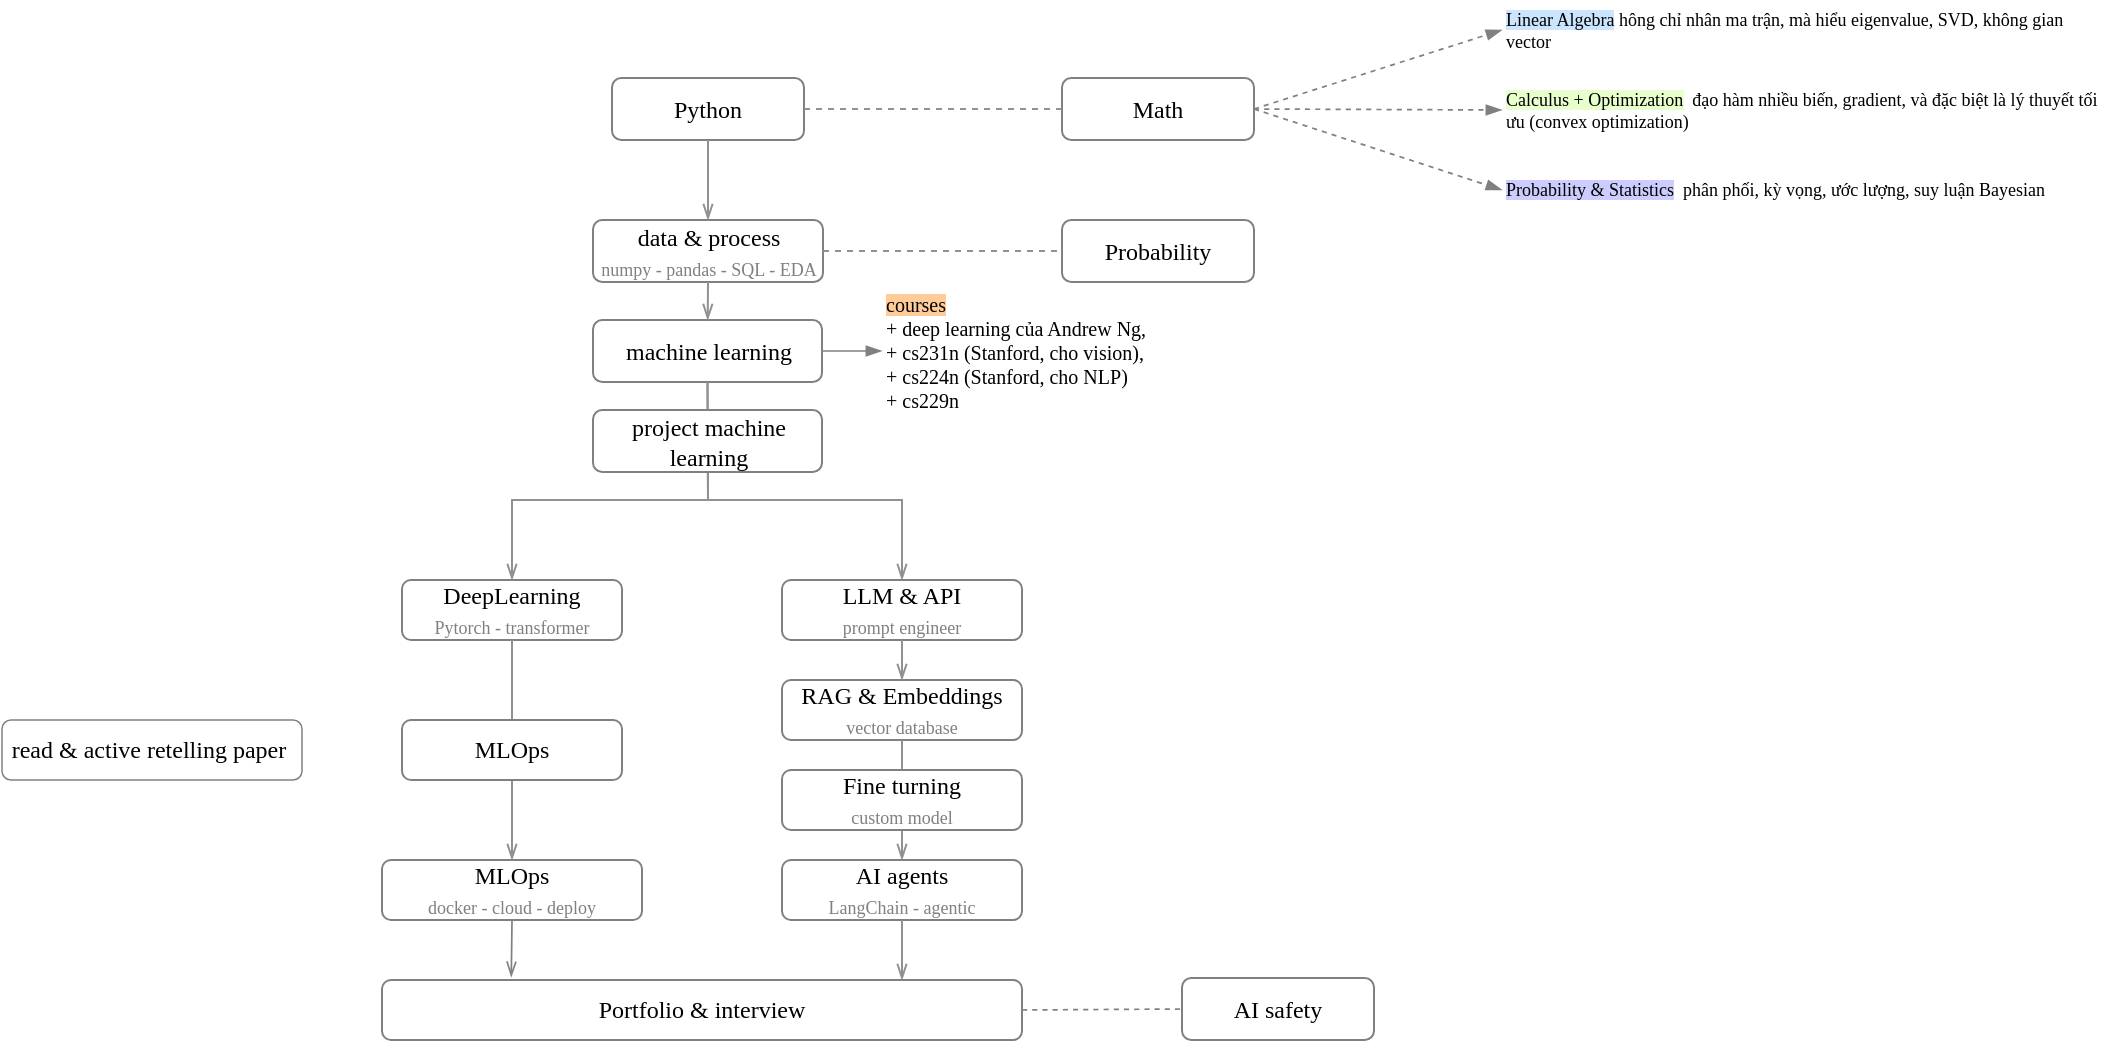
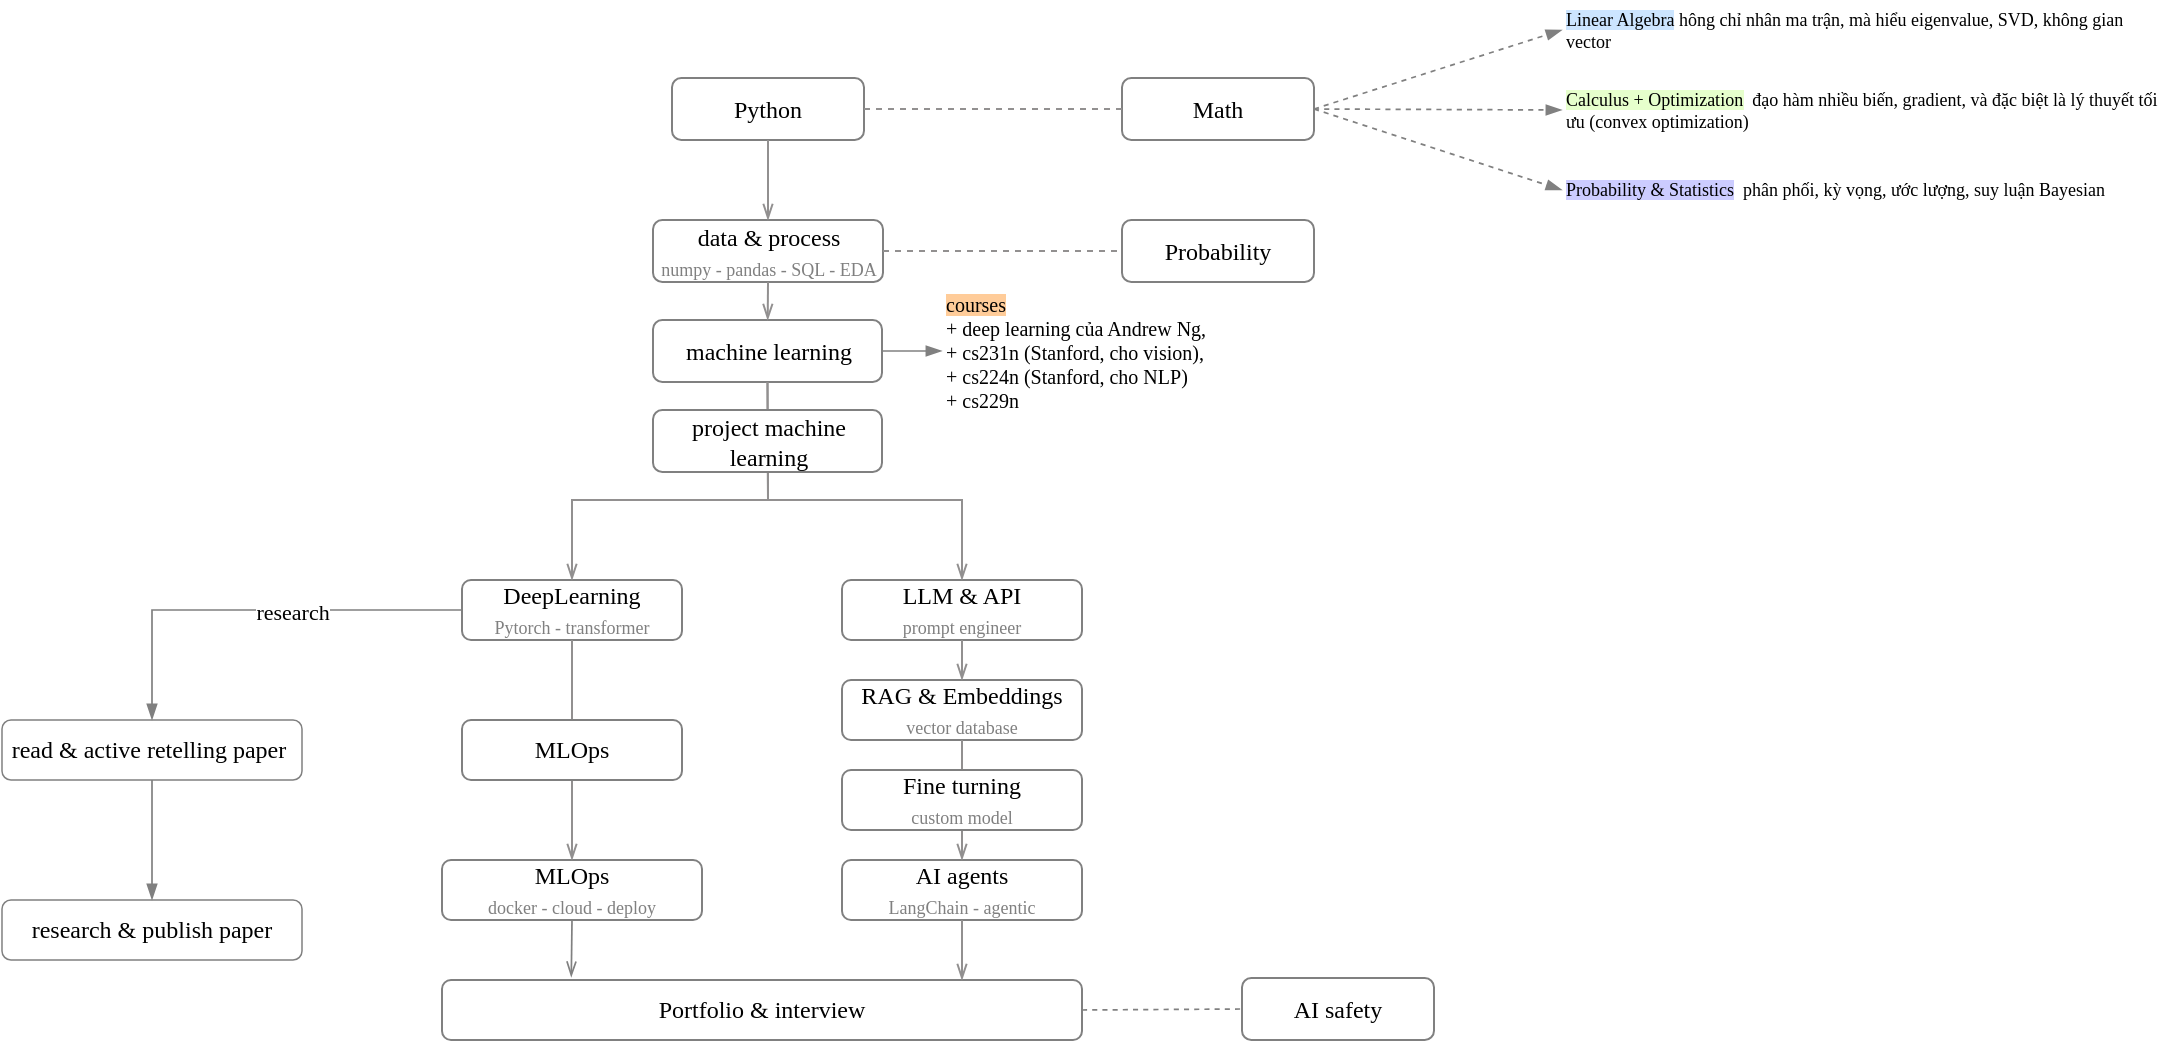
<mxfile host="app.diagrams.net" agent="Mozilla/5.0 (Macintosh; Intel Mac OS X 10_15_7) AppleWebKit/537.36 (KHTML, like Gecko) draw.io/29.3.0 Chrome/140.0.7339.249 Electron/38.7.2 Safari/537.36" pages="4">
  <diagram name="overview" id="cAlCBEzrJN6Ur7Pin5lN">
-     <mxGraphModel dx="1149" dy="512" grid="1" gridSize="10" guides="1" tooltips="1" connect="1" arrows="1" fold="1" page="1" pageScale="1" pageWidth="827" pageHeight="1169" math="0" shadow="0">
+     <mxGraphModel dx="1976" dy="512" grid="1" gridSize="10" guides="1" tooltips="1" connect="1" arrows="1" fold="1" page="1" pageScale="1" pageWidth="827" pageHeight="1169" math="0" shadow="0">
      <root>
        <mxCell id="0" />
        <mxCell id="1" parent="0" />
        <mxCell id="zTdwEjZ7j_-9_ITJUfBh-1" parent="1" style="rounded=1;whiteSpace=wrap;html=1;fontFamily=Comic Sans MS;strokeColor=#808080;" value="Python" vertex="1">
          <mxGeometry height="31" width="96" x="315" y="489" as="geometry" />
        </mxCell>
        <mxCell id="zTdwEjZ7j_-9_ITJUfBh-2" parent="1" style="rounded=1;whiteSpace=wrap;html=1;fontFamily=Comic Sans MS;strokeColor=#808080;" value="Math" vertex="1">
          <mxGeometry height="31" width="96" x="540" y="489" as="geometry" />
        </mxCell>
        <mxCell id="zTdwEjZ7j_-9_ITJUfBh-4" parent="1" style="rounded=1;whiteSpace=wrap;html=1;fontFamily=Comic Sans MS;strokeColor=#808080;" value="data &amp;amp; process&lt;div&gt;&lt;font style=&quot;font-size: 9px; color: rgb(128, 128, 128);&quot;&gt;numpy - pandas - SQL - EDA&lt;/font&gt;&lt;/div&gt;" vertex="1">
          <mxGeometry height="31" width="115" x="305.5" y="560" as="geometry" />
        </mxCell>
        <mxCell id="zTdwEjZ7j_-9_ITJUfBh-5" parent="1" style="rounded=1;whiteSpace=wrap;html=1;fontFamily=Comic Sans MS;strokeColor=#808080;" value="Probability" vertex="1">
          <mxGeometry height="31" width="96" x="540" y="560" as="geometry" />
        </mxCell>
        <mxCell id="zTdwEjZ7j_-9_ITJUfBh-6" edge="1" parent="1" source="zTdwEjZ7j_-9_ITJUfBh-4" style="endArrow=none;html=1;rounded=0;endFill=0;strokeColor=light-dark(#929090, #ededed);entryX=0;entryY=0.5;entryDx=0;entryDy=0;exitX=1;exitY=0.5;exitDx=0;exitDy=0;dashed=1;" target="zTdwEjZ7j_-9_ITJUfBh-5" value="">
          <mxGeometry height="50" relative="1" width="50" as="geometry">
            <mxPoint x="350" y="560" as="sourcePoint" />
            <mxPoint x="400" y="510" as="targetPoint" />
          </mxGeometry>
        </mxCell>
        <mxCell id="zTdwEjZ7j_-9_ITJUfBh-7" edge="1" parent="1" source="zTdwEjZ7j_-9_ITJUfBh-1" style="endArrow=none;html=1;rounded=0;endFill=0;strokeColor=light-dark(#929090, #ededed);exitX=1;exitY=0.5;exitDx=0;exitDy=0;entryX=0;entryY=0.5;entryDx=0;entryDy=0;dashed=1;" target="zTdwEjZ7j_-9_ITJUfBh-2" value="">
          <mxGeometry height="50" relative="1" width="50" as="geometry">
            <mxPoint x="350" y="575" as="sourcePoint" />
            <mxPoint x="500" y="525" as="targetPoint" />
          </mxGeometry>
        </mxCell>
        <mxCell id="zTdwEjZ7j_-9_ITJUfBh-8" parent="1" style="rounded=1;whiteSpace=wrap;html=1;fontFamily=Comic Sans MS;strokeColor=#808080;" value="machine learning" vertex="1">
          <mxGeometry height="31" width="114.5" x="305.5" y="610" as="geometry" />
        </mxCell>
        <mxCell id="zTdwEjZ7j_-9_ITJUfBh-9" edge="1" parent="1" source="zTdwEjZ7j_-9_ITJUfBh-1" style="endArrow=openThin;html=1;rounded=0;endFill=0;strokeColor=light-dark(#929090, #ededed);exitX=0.5;exitY=1;exitDx=0;exitDy=0;" target="zTdwEjZ7j_-9_ITJUfBh-4" value="">
          <mxGeometry height="50" relative="1" width="50" as="geometry">
            <mxPoint x="350" y="560" as="sourcePoint" />
            <mxPoint x="400" y="510" as="targetPoint" />
          </mxGeometry>
        </mxCell>
        <mxCell id="zTdwEjZ7j_-9_ITJUfBh-10" edge="1" parent="1" source="zTdwEjZ7j_-9_ITJUfBh-4" style="endArrow=openThin;html=1;rounded=0;endFill=0;strokeColor=light-dark(#929090, #ededed);exitX=0.5;exitY=1;exitDx=0;exitDy=0;" target="zTdwEjZ7j_-9_ITJUfBh-8" value="">
          <mxGeometry height="50" relative="1" width="50" as="geometry">
            <mxPoint x="350" y="560" as="sourcePoint" />
            <mxPoint x="400" y="510" as="targetPoint" />
          </mxGeometry>
        </mxCell>
        <mxCell id="zTdwEjZ7j_-9_ITJUfBh-11" parent="1" style="rounded=1;whiteSpace=wrap;html=1;fontFamily=Comic Sans MS;strokeColor=#808080;" value="DeepLearning&lt;br&gt;&lt;font style=&quot;font-size: 9px; color: rgb(128, 128, 128);&quot;&gt;Pytorch - transformer&lt;/font&gt;" vertex="1">
          <mxGeometry height="30" width="110" x="210" y="740" as="geometry" />
        </mxCell>
        <mxCell id="zTdwEjZ7j_-9_ITJUfBh-12" parent="1" style="rounded=1;whiteSpace=wrap;html=1;fontFamily=Comic Sans MS;strokeColor=#808080;" value="LLM &amp;amp; API&lt;br&gt;&lt;font style=&quot;font-size: 9px; color: rgb(128, 128, 128);&quot;&gt;prompt engineer&lt;/font&gt;" vertex="1">
          <mxGeometry height="30" width="120" x="400" y="740" as="geometry" />
        </mxCell>
        <mxCell id="zTdwEjZ7j_-9_ITJUfBh-13" parent="1" style="rounded=1;whiteSpace=wrap;html=1;fontFamily=Comic Sans MS;strokeColor=#808080;" value="RAG &amp;amp; Embeddings&lt;div&gt;&lt;font style=&quot;font-size: 9px; color: rgb(128, 128, 128);&quot;&gt;vector database&lt;/font&gt;&lt;/div&gt;" vertex="1">
          <mxGeometry height="30" width="120" x="400" y="790" as="geometry" />
        </mxCell>
        <mxCell id="zTdwEjZ7j_-9_ITJUfBh-14" parent="1" style="rounded=1;whiteSpace=wrap;html=1;fontFamily=Comic Sans MS;strokeColor=#808080;" value="MLOps&lt;div&gt;&lt;font style=&quot;font-size: 9px; color: rgb(128, 128, 128);&quot;&gt;docker - cloud - deploy&lt;/font&gt;&lt;/div&gt;" vertex="1">
          <mxGeometry height="30" width="130" x="200" y="880" as="geometry" />
        </mxCell>
        <mxCell id="zTdwEjZ7j_-9_ITJUfBh-15" parent="1" style="rounded=1;whiteSpace=wrap;html=1;fontFamily=Comic Sans MS;strokeColor=#808080;" value="Portfolio &amp;amp; interview" vertex="1">
          <mxGeometry height="30" width="320" x="200" y="940" as="geometry" />
        </mxCell>
        <mxCell id="zTdwEjZ7j_-9_ITJUfBh-16" parent="1" style="rounded=1;whiteSpace=wrap;html=1;fontFamily=Comic Sans MS;strokeColor=#808080;" value="AI agents&lt;br&gt;&lt;font style=&quot;font-size: 9px; color: rgb(128, 128, 128);&quot;&gt;LangChain - agentic&lt;/font&gt;" vertex="1">
          <mxGeometry height="30" width="120" x="400" y="880" as="geometry" />
        </mxCell>
        <mxCell id="zTdwEjZ7j_-9_ITJUfBh-17" edge="1" parent="1" source="zTdwEjZ7j_-9_ITJUfBh-8" style="endArrow=openThin;html=1;rounded=0;endFill=0;strokeColor=light-dark(#929090, #ededed);entryX=0.5;entryY=0;entryDx=0;entryDy=0;exitX=0.5;exitY=1;exitDx=0;exitDy=0;" target="zTdwEjZ7j_-9_ITJUfBh-12" value="">
          <mxGeometry height="50" relative="1" width="50" as="geometry">
            <Array as="points">
              <mxPoint x="363" y="700" />
              <mxPoint x="460" y="700" />
            </Array>
            <mxPoint x="300" y="780" as="sourcePoint" />
            <mxPoint x="350" y="730" as="targetPoint" />
          </mxGeometry>
        </mxCell>
        <mxCell id="zTdwEjZ7j_-9_ITJUfBh-18" edge="1" parent="1" source="zTdwEjZ7j_-9_ITJUfBh-8" style="endArrow=openThin;html=1;rounded=0;endFill=0;strokeColor=light-dark(#929090, #ededed);exitX=0.5;exitY=1;exitDx=0;exitDy=0;entryX=0.5;entryY=0;entryDx=0;entryDy=0;" target="zTdwEjZ7j_-9_ITJUfBh-11" value="">
          <mxGeometry height="50" relative="1" width="50" as="geometry">
            <Array as="points">
              <mxPoint x="363" y="700" />
              <mxPoint x="265" y="700" />
            </Array>
            <mxPoint x="300" y="780" as="sourcePoint" />
            <mxPoint x="350" y="730" as="targetPoint" />
          </mxGeometry>
        </mxCell>
        <mxCell id="zTdwEjZ7j_-9_ITJUfBh-19" edge="1" parent="1" source="zTdwEjZ7j_-9_ITJUfBh-11" style="endArrow=openThin;html=1;rounded=0;endFill=0;strokeColor=light-dark(#929090, #ededed);exitX=0.5;exitY=1;exitDx=0;exitDy=0;" target="zTdwEjZ7j_-9_ITJUfBh-14" value="">
          <mxGeometry height="50" relative="1" width="50" as="geometry">
            <mxPoint x="290" y="800" as="sourcePoint" />
            <mxPoint x="340" y="750" as="targetPoint" />
          </mxGeometry>
        </mxCell>
        <mxCell id="zTdwEjZ7j_-9_ITJUfBh-21" edge="1" parent="1" source="zTdwEjZ7j_-9_ITJUfBh-12" style="endArrow=openThin;html=1;rounded=0;endFill=0;strokeColor=light-dark(#929090, #ededed);exitX=0.5;exitY=1;exitDx=0;exitDy=0;entryX=0.5;entryY=0;entryDx=0;entryDy=0;" target="zTdwEjZ7j_-9_ITJUfBh-13" value="">
          <mxGeometry height="50" relative="1" width="50" as="geometry">
            <mxPoint x="290" y="800" as="sourcePoint" />
            <mxPoint x="340" y="750" as="targetPoint" />
          </mxGeometry>
        </mxCell>
        <mxCell id="zTdwEjZ7j_-9_ITJUfBh-22" edge="1" parent="1" source="zTdwEjZ7j_-9_ITJUfBh-13" style="endArrow=openThin;html=1;rounded=0;endFill=0;strokeColor=light-dark(#929090, #ededed);exitX=0.5;exitY=1;exitDx=0;exitDy=0;entryX=0.5;entryY=0;entryDx=0;entryDy=0;" target="zTdwEjZ7j_-9_ITJUfBh-16" value="">
          <mxGeometry height="50" relative="1" width="50" as="geometry">
            <mxPoint x="290" y="800" as="sourcePoint" />
            <mxPoint x="340" y="750" as="targetPoint" />
          </mxGeometry>
        </mxCell>
        <mxCell id="zTdwEjZ7j_-9_ITJUfBh-23" edge="1" parent="1" source="zTdwEjZ7j_-9_ITJUfBh-16" style="endArrow=openThin;html=1;rounded=0;endFill=0;strokeColor=light-dark(#929090, #ededed);exitX=0.5;exitY=1;exitDx=0;exitDy=0;" value="">
          <mxGeometry height="50" relative="1" width="50" as="geometry">
            <mxPoint x="290" y="800" as="sourcePoint" />
            <mxPoint x="460" y="940" as="targetPoint" />
          </mxGeometry>
        </mxCell>
        <mxCell id="RL8-EkVr3OvldoPUYXMJ-1" parent="1" style="rounded=1;whiteSpace=wrap;html=1;fontFamily=Comic Sans MS;strokeColor=#808080;" value="project machine learning" vertex="1">
          <mxGeometry height="31" width="114.5" x="305.5" y="655" as="geometry" />
        </mxCell>
        <mxCell id="RL8-EkVr3OvldoPUYXMJ-3" parent="1" style="rounded=1;whiteSpace=wrap;html=1;fontFamily=Comic Sans MS;strokeColor=#808080;" value="MLOps" vertex="1">
          <mxGeometry height="30" width="110" x="210" y="810" as="geometry" />
        </mxCell>
        <mxCell id="RL8-EkVr3OvldoPUYXMJ-4" edge="1" parent="1" source="zTdwEjZ7j_-9_ITJUfBh-14" style="endArrow=openThin;html=1;rounded=0;strokeColor=#808080;endFill=0;strokeWidth=0.85;exitX=0.5;exitY=1;exitDx=0;exitDy=0;entryX=0.202;entryY=-0.05;entryDx=0;entryDy=0;entryPerimeter=0;" target="zTdwEjZ7j_-9_ITJUfBh-15" value="">
          <mxGeometry height="50" relative="1" width="50" as="geometry">
            <mxPoint x="390" y="820" as="sourcePoint" />
            <mxPoint x="440" y="770" as="targetPoint" />
          </mxGeometry>
        </mxCell>
        <mxCell id="RL8-EkVr3OvldoPUYXMJ-5" parent="1" style="rounded=1;whiteSpace=wrap;html=1;fontFamily=Comic Sans MS;strokeColor=#808080;" value="Fine turning&lt;div&gt;&lt;font style=&quot;font-size: 9px; color: rgb(128, 128, 128);&quot;&gt;custom model&lt;/font&gt;&lt;/div&gt;" vertex="1">
          <mxGeometry height="30" width="120" x="400" y="835" as="geometry" />
        </mxCell>
        <mxCell id="RL8-EkVr3OvldoPUYXMJ-6" parent="1" style="rounded=1;whiteSpace=wrap;html=1;fontFamily=Comic Sans MS;strokeColor=#808080;" value="AI safety" vertex="1">
          <mxGeometry height="31" width="96" x="600" y="939" as="geometry" />
        </mxCell>
        <mxCell id="RL8-EkVr3OvldoPUYXMJ-7" edge="1" parent="1" source="zTdwEjZ7j_-9_ITJUfBh-15" style="endArrow=none;html=1;rounded=0;strokeColor=#808080;endFill=0;strokeWidth=0.85;exitX=1;exitY=0.5;exitDx=0;exitDy=0;entryX=0;entryY=0.5;entryDx=0;entryDy=0;dashed=1;" target="RL8-EkVr3OvldoPUYXMJ-6" value="">
          <mxGeometry height="50" relative="1" width="50" as="geometry">
            <mxPoint x="390" y="880" as="sourcePoint" />
            <mxPoint x="440" y="830" as="targetPoint" />
          </mxGeometry>
        </mxCell>
        <mxCell id="RL8-EkVr3OvldoPUYXMJ-9" parent="1" style="text;html=1;whiteSpace=wrap;strokeColor=none;fillColor=none;align=left;verticalAlign=middle;rounded=0;fontFamily=Comic Sans MS;fontSize=9;" value="&lt;span style=&quot;background-color: rgb(204, 229, 255);&quot;&gt;Linear Algebra&lt;/span&gt;&lt;span&gt;&amp;nbsp;hông chỉ nhân ma trận, mà hiểu eigenvalue, SVD, không gian vector&lt;/span&gt;" vertex="1">
          <mxGeometry height="30" width="300" x="760" y="450" as="geometry" />
        </mxCell>
        <mxCell id="RL8-EkVr3OvldoPUYXMJ-10" parent="1" style="text;html=1;whiteSpace=wrap;strokeColor=none;fillColor=none;align=left;verticalAlign=middle;rounded=0;fontFamily=Comic Sans MS;fontSize=9;strokeWidth=2;" value="&lt;span style=&quot;background-color: rgb(230, 255, 204);&quot;&gt;Calculus +&amp;nbsp;Optimization&lt;/span&gt;&lt;span&gt;&amp;nbsp;&amp;nbsp;đạo hàm nhiều biến, gradient, và đặc biệt là lý thuyết tối ưu (convex optimization)&lt;/span&gt;" vertex="1">
          <mxGeometry height="30" width="300" x="760" y="490" as="geometry" />
        </mxCell>
        <mxCell id="RL8-EkVr3OvldoPUYXMJ-11" parent="1" style="text;html=1;whiteSpace=wrap;strokeColor=none;fillColor=none;align=left;verticalAlign=middle;rounded=0;fontFamily=Comic Sans MS;fontSize=9;" value="&lt;span style=&quot;background-color: rgb(204, 204, 255);&quot;&gt;Probability &amp;amp;&amp;nbsp;Statistics&lt;/span&gt;&lt;span&gt;&amp;nbsp;&amp;nbsp;phân phối, kỳ vọng, ước lượng, suy luận Bayesian&lt;/span&gt;" vertex="1">
          <mxGeometry height="30" width="300" x="760" y="530" as="geometry" />
        </mxCell>
        <mxCell id="RL8-EkVr3OvldoPUYXMJ-12" edge="1" parent="1" source="zTdwEjZ7j_-9_ITJUfBh-2" style="endArrow=blockThin;html=1;rounded=0;strokeColor=#808080;endFill=1;strokeWidth=0.85;entryX=0;entryY=0.5;entryDx=0;entryDy=0;exitX=1;exitY=0.5;exitDx=0;exitDy=0;dashed=1;" target="RL8-EkVr3OvldoPUYXMJ-9" value="">
          <mxGeometry height="50" relative="1" width="50" as="geometry">
            <mxPoint x="560" y="500" as="sourcePoint" />
            <mxPoint x="610" y="450" as="targetPoint" />
          </mxGeometry>
        </mxCell>
        <mxCell id="RL8-EkVr3OvldoPUYXMJ-13" edge="1" parent="1" source="zTdwEjZ7j_-9_ITJUfBh-2" style="endArrow=blockThin;html=1;rounded=0;strokeColor=#808080;endFill=1;strokeWidth=0.85;entryX=0;entryY=0.5;entryDx=0;entryDy=0;exitX=1;exitY=0.5;exitDx=0;exitDy=0;dashed=1;" target="RL8-EkVr3OvldoPUYXMJ-10" value="">
          <mxGeometry height="50" relative="1" width="50" as="geometry">
            <mxPoint x="560" y="500" as="sourcePoint" />
            <mxPoint x="610" y="450" as="targetPoint" />
          </mxGeometry>
        </mxCell>
        <mxCell id="RL8-EkVr3OvldoPUYXMJ-14" edge="1" parent="1" source="zTdwEjZ7j_-9_ITJUfBh-2" style="endArrow=blockThin;html=1;rounded=0;strokeColor=#808080;endFill=1;strokeWidth=0.85;exitX=1;exitY=0.5;exitDx=0;exitDy=0;entryX=0;entryY=0.5;entryDx=0;entryDy=0;dashed=1;" target="RL8-EkVr3OvldoPUYXMJ-11" value="">
          <mxGeometry height="50" relative="1" width="50" as="geometry">
            <mxPoint x="560" y="500" as="sourcePoint" />
            <mxPoint x="610" y="450" as="targetPoint" />
          </mxGeometry>
        </mxCell>
        <mxCell id="RL8-EkVr3OvldoPUYXMJ-15" parent="1" style="text;html=1;whiteSpace=wrap;strokeColor=none;fillColor=none;align=left;verticalAlign=middle;rounded=0;fontFamily=Comic Sans MS;fontSize=10;" value="&lt;div&gt;&lt;span style=&quot;background-color: rgb(255, 204, 153);&quot;&gt;courses&lt;/span&gt;&lt;/div&gt;+ deep learning của Andrew Ng,&amp;nbsp;&lt;div&gt;+ cs231n (Stanford, cho vision),&amp;nbsp;&lt;/div&gt;&lt;div&gt;+ cs224n (Stanford, cho NLP)&lt;br&gt;+ cs229n&lt;/div&gt;" vertex="1">
          <mxGeometry height="60" width="170" x="450" y="595.5" as="geometry" />
        </mxCell>
        <mxCell id="RL8-EkVr3OvldoPUYXMJ-16" parent="1" style="rounded=1;whiteSpace=wrap;html=1;strokeColor=#808080;fontFamily=Comic Sans MS;strokeWidth=0.75;" value="read &amp;amp;&amp;nbsp;active retelling paper&amp;nbsp;" vertex="1">
-           <mxGeometry height="30" width="150" x="10" y="810" as="geometry" />
+           <mxGeometry height="30" width="150" x="-20" y="810" as="geometry" />
        </mxCell>
        <mxCell id="RL8-EkVr3OvldoPUYXMJ-17" edge="1" parent="1" source="zTdwEjZ7j_-9_ITJUfBh-8" style="endArrow=blockThin;html=1;rounded=0;strokeColor=#808080;endFill=1;strokeWidth=0.85;exitX=1;exitY=0.5;exitDx=0;exitDy=0;entryX=0;entryY=0.5;entryDx=0;entryDy=0;" target="RL8-EkVr3OvldoPUYXMJ-15" value="">
          <mxGeometry height="50" relative="1" width="50" as="geometry">
            <mxPoint x="280" y="480" as="sourcePoint" />
            <mxPoint x="330" y="430" as="targetPoint" />
          </mxGeometry>
        </mxCell>
+         <mxCell id="RL8-EkVr3OvldoPUYXMJ-18" edge="1" parent="1" source="zTdwEjZ7j_-9_ITJUfBh-11" style="endArrow=blockThin;html=1;rounded=0;strokeColor=#808080;endFill=1;strokeWidth=0.85;exitX=0;exitY=0.5;exitDx=0;exitDy=0;entryX=0.5;entryY=0;entryDx=0;entryDy=0;" target="RL8-EkVr3OvldoPUYXMJ-16" value="">
+           <mxGeometry height="50" relative="1" width="50" as="geometry">
+             <Array as="points">
+               <mxPoint x="55" y="755" />
+             </Array>
+             <mxPoint x="280" y="850" as="sourcePoint" />
+             <mxPoint x="330" y="800" as="targetPoint" />
+           </mxGeometry>
+         </mxCell>
+         <mxCell id="RL8-EkVr3OvldoPUYXMJ-19" connectable="0" parent="RL8-EkVr3OvldoPUYXMJ-18" style="edgeLabel;html=1;align=center;verticalAlign=middle;resizable=0;points=[];fontFamily=Comic Sans MS;" value="research" vertex="1">
+           <mxGeometry relative="1" x="-0.1925" y="1" as="geometry">
+             <mxPoint as="offset" />
+           </mxGeometry>
+         </mxCell>
+         <mxCell id="RL8-EkVr3OvldoPUYXMJ-20" parent="1" style="rounded=1;whiteSpace=wrap;html=1;strokeColor=#808080;fontFamily=Comic Sans MS;strokeWidth=0.75;" value="research &amp;amp; publish paper" vertex="1">
+           <mxGeometry height="30" width="150" x="-20" y="900" as="geometry" />
+         </mxCell>
+         <mxCell id="RL8-EkVr3OvldoPUYXMJ-21" edge="1" parent="1" source="RL8-EkVr3OvldoPUYXMJ-16" style="endArrow=blockThin;html=1;rounded=0;strokeColor=#808080;endFill=1;strokeWidth=0.85;exitX=0.5;exitY=1;exitDx=0;exitDy=0;entryX=0.5;entryY=0;entryDx=0;entryDy=0;" target="RL8-EkVr3OvldoPUYXMJ-20" value="">
+           <mxGeometry height="50" relative="1" width="50" as="geometry">
+             <mxPoint x="300" y="910" as="sourcePoint" />
+             <mxPoint x="350" y="860" as="targetPoint" />
+           </mxGeometry>
+         </mxCell>
      </root>
    </mxGraphModel>
  </diagram>
  <diagram id="UOBW3iFDmhUj1Tzh1QrL" name="python">
    <mxGraphModel dx="1725" dy="984" grid="1" gridSize="10" guides="1" tooltips="1" connect="1" arrows="1" fold="1" page="1" pageScale="1" pageWidth="827" pageHeight="1169" math="0" shadow="0">
      <root>
        <mxCell id="0" />
        <mxCell id="1" parent="0" />
      </root>
    </mxGraphModel>
  </diagram>
  <diagram id="m8GAUy3Aqo1FDhopTY1m" name="math">
    <mxGraphModel dx="1725" dy="984" grid="1" gridSize="10" guides="1" tooltips="1" connect="1" arrows="1" fold="1" page="1" pageScale="1" pageWidth="827" pageHeight="1169" math="0" shadow="0">
      <root>
        <mxCell id="0" />
        <mxCell id="1" parent="0" />
      </root>
    </mxGraphModel>
  </diagram>
  <diagram id="iIlrw0R1UCY4nR05RIuw" name="agent">
    <mxGraphModel dx="2265" dy="820" grid="1" gridSize="10" guides="1" tooltips="1" connect="1" arrows="1" fold="1" page="1" pageScale="1" pageWidth="827" pageHeight="1169" math="0" shadow="0">
      <root>
        <mxCell id="0" />
        <mxCell id="1" parent="0" />
        <mxCell id="3Uv-7dnaONPzhC1kDc2I-1" parent="1" style="text;html=1;whiteSpace=wrap;strokeColor=none;fillColor=none;align=center;verticalAlign=middle;rounded=0;" value="&lt;font face=&quot;Comic Sans MS&quot;&gt;working flow&amp;nbsp;&lt;/font&gt;" vertex="1">
          <mxGeometry height="30" width="110" x="600" y="480" as="geometry" />
        </mxCell>
        <mxCell id="3Uv-7dnaONPzhC1kDc2I-3" parent="1" style="text;html=1;whiteSpace=wrap;strokeColor=none;fillColor=none;align=center;verticalAlign=middle;rounded=0;" value="&lt;font face=&quot;Comic Sans MS&quot;&gt;prompt chaining&amp;nbsp;&lt;/font&gt;" vertex="1">
          <mxGeometry height="30" width="110" x="820" y="230" as="geometry" />
        </mxCell>
        <mxCell id="3Uv-7dnaONPzhC1kDc2I-4" edge="1" parent="1" source="3Uv-7dnaONPzhC1kDc2I-1" style="endArrow=openThin;html=1;rounded=0;endFill=0;strokeColor=light-dark(#929090, #ededed);exitX=1;exitY=0.5;exitDx=0;exitDy=0;entryX=0;entryY=0.5;entryDx=0;entryDy=0;" target="3Uv-7dnaONPzhC1kDc2I-3" value="">
          <mxGeometry height="50" relative="1" width="50" as="geometry">
            <mxPoint x="790" y="370" as="sourcePoint" />
            <mxPoint x="840" y="320" as="targetPoint" />
          </mxGeometry>
        </mxCell>
        <mxCell id="3Uv-7dnaONPzhC1kDc2I-5" parent="1" style="text;html=1;whiteSpace=wrap;strokeColor=none;fillColor=none;align=center;verticalAlign=middle;rounded=0;" value="&lt;font face=&quot;Comic Sans MS&quot;&gt;routing&lt;/font&gt;" vertex="1">
          <mxGeometry height="30" width="80" x="820" y="350" as="geometry" />
        </mxCell>
        <mxCell id="3Uv-7dnaONPzhC1kDc2I-6" parent="1" style="text;html=1;whiteSpace=wrap;strokeColor=none;fillColor=none;align=center;verticalAlign=middle;rounded=0;" value="&lt;font face=&quot;Comic Sans MS&quot;&gt;Evaluator - Optimizer / Reflection&lt;/font&gt;" vertex="1">
          <mxGeometry height="30" width="220" x="820" y="480" as="geometry" />
        </mxCell>
        <mxCell id="3Uv-7dnaONPzhC1kDc2I-7" edge="1" parent="1" source="3Uv-7dnaONPzhC1kDc2I-1" style="endArrow=openThin;html=1;rounded=0;endFill=0;strokeColor=light-dark(#929090, #ededed);exitX=1;exitY=0.5;exitDx=0;exitDy=0;entryX=0;entryY=0.5;entryDx=0;entryDy=0;" target="3Uv-7dnaONPzhC1kDc2I-5" value="">
          <mxGeometry height="50" relative="1" width="50" as="geometry">
            <mxPoint x="790" y="440" as="sourcePoint" />
            <mxPoint x="840" y="390" as="targetPoint" />
          </mxGeometry>
        </mxCell>
        <mxCell id="3Uv-7dnaONPzhC1kDc2I-8" edge="1" parent="1" source="3Uv-7dnaONPzhC1kDc2I-1" style="endArrow=openThin;html=1;rounded=0;endFill=0;strokeColor=light-dark(#929090, #ededed);exitX=1;exitY=0.5;exitDx=0;exitDy=0;" target="3Uv-7dnaONPzhC1kDc2I-6" value="">
          <mxGeometry height="50" relative="1" width="50" as="geometry">
            <mxPoint x="790" y="440" as="sourcePoint" />
            <mxPoint x="840" y="390" as="targetPoint" />
          </mxGeometry>
        </mxCell>
        <mxCell id="3Uv-7dnaONPzhC1kDc2I-9" parent="1" style="text;html=1;whiteSpace=wrap;strokeColor=none;fillColor=none;align=center;verticalAlign=middle;rounded=0;" value="&lt;font face=&quot;Comic Sans MS&quot;&gt;Orchestrator - Workers&lt;/font&gt;" vertex="1">
          <mxGeometry height="30" width="150" x="820" y="590" as="geometry" />
        </mxCell>
        <mxCell id="3Uv-7dnaONPzhC1kDc2I-10" edge="1" parent="1" source="3Uv-7dnaONPzhC1kDc2I-1" style="endArrow=openThin;html=1;rounded=0;endFill=0;strokeColor=light-dark(#929090, #ededed);entryX=0;entryY=0.5;entryDx=0;entryDy=0;exitX=1;exitY=0.5;exitDx=0;exitDy=0;" target="3Uv-7dnaONPzhC1kDc2I-9" value="">
          <mxGeometry height="50" relative="1" width="50" as="geometry">
            <mxPoint x="790" y="610" as="sourcePoint" />
            <mxPoint x="840" y="560" as="targetPoint" />
          </mxGeometry>
        </mxCell>
        <mxCell id="3Uv-7dnaONPzhC1kDc2I-11" parent="1" style="text;html=1;whiteSpace=wrap;strokeColor=none;fillColor=none;align=center;verticalAlign=middle;rounded=0;" value="&lt;font face=&quot;Comic Sans MS&quot;&gt;RAG - Retrieval-Augmented Generation&lt;/font&gt;" vertex="1">
          <mxGeometry height="30" width="240" x="820" y="710" as="geometry" />
        </mxCell>
        <mxCell id="3Uv-7dnaONPzhC1kDc2I-12" edge="1" parent="1" source="3Uv-7dnaONPzhC1kDc2I-1" style="endArrow=openThin;html=1;rounded=0;endFill=0;strokeColor=light-dark(#929090, #ededed);entryX=0;entryY=0.5;entryDx=0;entryDy=0;exitX=1;exitY=0.5;exitDx=0;exitDy=0;" target="3Uv-7dnaONPzhC1kDc2I-11" value="">
          <mxGeometry height="50" relative="1" width="50" as="geometry">
            <mxPoint x="790" y="490" as="sourcePoint" />
            <mxPoint x="840" y="440" as="targetPoint" />
          </mxGeometry>
        </mxCell>
        <mxCell id="3Uv-7dnaONPzhC1kDc2I-13" parent="1" style="rounded=1;whiteSpace=wrap;html=1;fontFamily=Comic Sans MS;strokeColor=#808080;" value="LLM" vertex="1">
          <mxGeometry height="30" width="80" x="-160" y="520" as="geometry" />
        </mxCell>
        <mxCell id="3Uv-7dnaONPzhC1kDc2I-14" parent="1" style="rounded=1;whiteSpace=wrap;html=1;fontFamily=Comic Sans MS;strokeColor=#808080;" value="Planning" vertex="1">
          <mxGeometry height="30" width="90" x="-10" y="680" as="geometry" />
        </mxCell>
        <mxCell id="3Uv-7dnaONPzhC1kDc2I-15" parent="1" style="rounded=1;whiteSpace=wrap;html=1;fontFamily=Comic Sans MS;strokeColor=#808080;" value="Memory" vertex="1">
          <mxGeometry height="30" width="80" x="240" y="560" as="geometry" />
        </mxCell>
        <mxCell id="3Uv-7dnaONPzhC1kDc2I-16" parent="1" style="rounded=1;whiteSpace=wrap;html=1;fontFamily=Comic Sans MS;strokeColor=#808080;" value="Tools/Actions" vertex="1">
          <mxGeometry height="30" width="90" x="70" y="400" as="geometry" />
        </mxCell>
      </root>
    </mxGraphModel>
  </diagram>
</mxfile>
